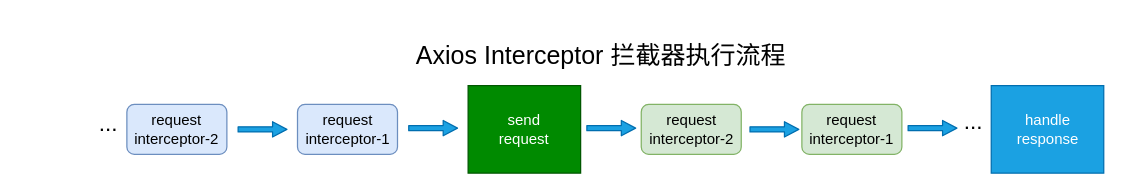
This is tx-axios-interceptor.drawio from szy0syz/draw.io, a draw.io file, before an edit. Source tidied: cells renumbered, new cells numbered last; positions are measured from the earlier drawing's top-left corner, leaving out a move shared by most shapes. Both pictures are drawn from the tidied source at 125%, with x=0, y=0 at pixel (89, 40).
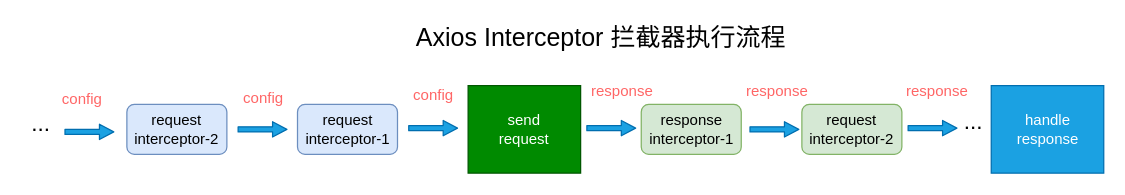
Above is the later version.

What changed in the source:
```diff
@@
     <mxCell id="2" value="&lt;font style=&quot;font-size: 20px&quot;&gt;Axios Interceptor 拦截器执行流程&lt;/font&gt;" style="text;html=1;align=center;verticalAlign=middle;" parent="1" vertex="1">
-      <mxGeometry x="255" width="308" height="22" as="geometry" />
+      <mxGeometry x="255" y="-14" width="308" height="22" as="geometry" />
     </mxCell>
@@
-    <mxCell id="6" value="request&lt;br&gt;interceptor-2" style="rounded=1;whiteSpace=wrap;html=1;fillColor=#d5e8d4;strokeColor=#82b366;" parent="1" vertex="1">
+    <mxCell id="6" value="response&lt;br&gt;interceptor-1" style="rounded=1;whiteSpace=wrap;html=1;fillColor=#d5e8d4;strokeColor=#82b366;" parent="1" vertex="1">
       <mxGeometry x="441.5" y="51" width="80" height="40" as="geometry" />
     </mxCell>
-    <mxCell id="7" value="request&lt;br&gt;interceptor-1" style="rounded=1;whiteSpace=wrap;html=1;fillColor=#d5e8d4;strokeColor=#82b366;" parent="1" vertex="1">
+    <mxCell id="7" value="request&lt;br&gt;interceptor-2" style="rounded=1;whiteSpace=wrap;html=1;fillColor=#d5e8d4;strokeColor=#82b366;" parent="1" vertex="1">
       <mxGeometry x="570" y="51" width="80" height="40" as="geometry" />
     </mxCell>
@@
     <mxCell id="15" value="&lt;font style=&quot;font-size: 18px&quot;&gt;...&lt;/font&gt;" style="text;html=1;align=center;verticalAlign=middle;" parent="1" vertex="1">
-      <mxGeometry y="57" width="30" height="20" as="geometry" />
+      <mxGeometry x="-54" y="57" width="30" height="20" as="geometry" />
     </mxCell>
+    <mxCell id="16" value="&lt;font&gt;config&lt;/font&gt;" style="text;html=1;align=center;verticalAlign=middle;fontColor=#FF6666;" parent="1" vertex="1">
+      <mxGeometry x="116.5" y="36" width="44" height="20" as="geometry" />
+    </mxCell>
+    <mxCell id="17" value="&lt;font&gt;config&lt;/font&gt;" style="text;html=1;align=center;verticalAlign=middle;fontColor=#FF6666;" parent="1" vertex="1">
+      <mxGeometry x="253" y="34" width="44" height="20" as="geometry" />
+    </mxCell>
+    <mxCell id="18" style="shape=flexArrow;endArrow=classic;html=1;width=4.093023255813954;endSize=3.4809302325581397;endWidth=7.186587344510546;fillColor=#1ba1e2;strokeColor=#006EAF;" parent="1" edge="1">
+      <mxGeometry relative="1" as="geometry">
+        <mxPoint x="-20" y="73" as="sourcePoint" />
+        <mxPoint x="20" y="73" as="targetPoint" />
+      </mxGeometry>
+    </mxCell>
+    <mxCell id="19" value="&lt;font&gt;config&lt;/font&gt;" style="text;html=1;align=center;verticalAlign=middle;fontColor=#FF6666;" parent="1" vertex="1">
+      <mxGeometry x="-28" y="37" width="44" height="20" as="geometry" />
+    </mxCell>
+    <mxCell id="20" value="&lt;font&gt;response&lt;/font&gt;" style="text;html=1;align=center;verticalAlign=middle;fontColor=#FF6666;" parent="1" vertex="1">
+      <mxGeometry x="396" y="31" width="60" height="20" as="geometry" />
+    </mxCell>
+    <mxCell id="21" value="&lt;font&gt;response&lt;/font&gt;" style="text;html=1;align=center;verticalAlign=middle;fontColor=#FF6666;" parent="1" vertex="1">
+      <mxGeometry x="520" y="31" width="60" height="20" as="geometry" />
+    </mxCell>
+    <mxCell id="22" value="&lt;font&gt;response&lt;/font&gt;" style="text;html=1;align=center;verticalAlign=middle;fontColor=#FF6666;" parent="1" vertex="1">
+      <mxGeometry x="648" y="31" width="60" height="20" as="geometry" />
+    </mxCell>
```
